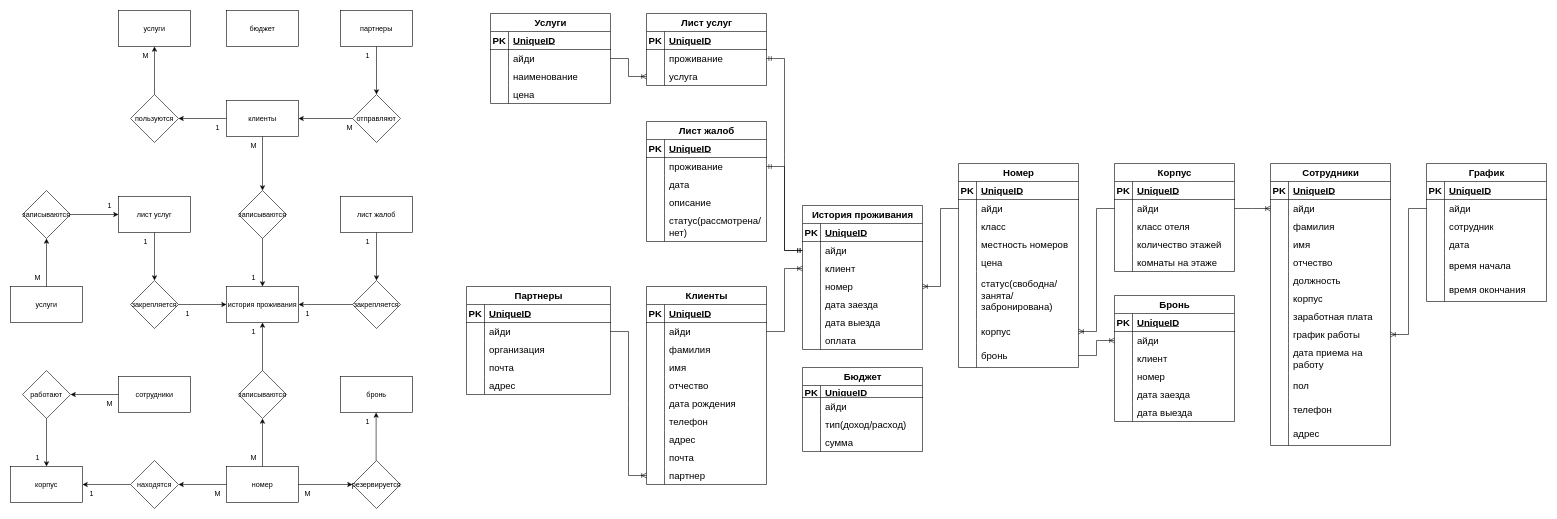
GusevDenisEvgenievich/Repository keeps this draw.io diagram as КП/КП Модели.drawio. Above is the earlier version. Source tidied: cells renumbered, new cells numbered last; positions are measured from the earlier drawing's top-left corner, leaving out a move shared by most shapes. Both pictures are drawn from the tidied source at 60%, with x=0, y=0 at pixel (10, 10).
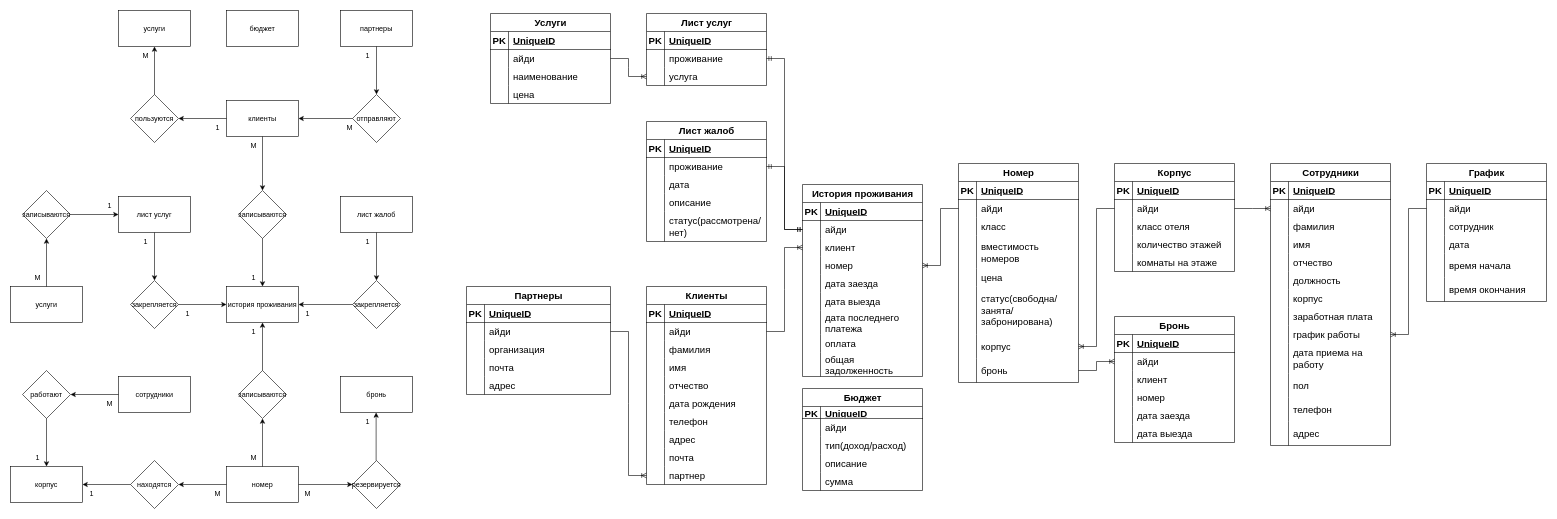
Above is the later version.

The edit, as a diff of the source:
```diff
@@
     <mxCell id="105" value="История проживания" style="shape=table;startSize=30;childLayout=tableLayout;rowLines=0;fontStyle=1;align=center;html=1;fontSize=16;" parent="1" vertex="1">
-      <mxGeometry x="1320" y="325" width="200" height="240" as="geometry" />
+      <mxGeometry x="1320" y="290" width="200" height="320" as="geometry" />
     </mxCell>
@@
     <mxCell id="124" style="shape=tableRow;horizontal=0;startSize=0;swimlaneHead=0;swimlaneBody=0;fillColor=none;top=0;left=0;right=0;bottom=0;fontSize=16;" parent="105" vertex="1">
-      <mxGeometry y="210" width="200" height="30" as="geometry" />
+      <mxGeometry y="210" width="200" height="40" as="geometry" />
     </mxCell>
     <mxCell id="125" style="shape=partialRectangle;fillColor=none;top=0;left=0;bottom=0;right=0;overflow=hidden;whiteSpace=wrap;html=1;fontSize=16;" parent="124" vertex="1">
-      <mxGeometry width="30" height="30" as="geometry" />
+      <mxGeometry width="30" height="40" as="geometry" />
     </mxCell>
-    <mxCell id="126" value="оплата" style="shape=partialRectangle;fillColor=none;top=0;left=0;bottom=0;right=0;align=left;spacingLeft=6;overflow=hidden;whiteSpace=wrap;html=1;fontSize=16;" parent="124" vertex="1">
-      <mxGeometry x="30" width="170" height="30" as="geometry" />
+    <mxCell id="126" value="дата последнего платежа" style="shape=partialRectangle;fillColor=none;top=0;left=0;bottom=0;right=0;align=left;spacingLeft=6;overflow=hidden;whiteSpace=wrap;html=1;fontSize=16;" parent="124" vertex="1">
+      <mxGeometry x="30" width="170" height="40" as="geometry" />
     </mxCell>
+    <mxCell id="314" style="shape=tableRow;horizontal=0;startSize=0;swimlaneHead=0;swimlaneBody=0;fillColor=none;top=0;left=0;right=0;bottom=0;fontSize=16;" parent="105" vertex="1">
+      <mxGeometry y="250" width="200" height="30" as="geometry" />
+    </mxCell>
+    <mxCell id="315" style="shape=partialRectangle;fillColor=none;top=0;left=0;bottom=0;right=0;overflow=hidden;whiteSpace=wrap;html=1;fontSize=16;" parent="314" vertex="1">
+      <mxGeometry width="30" height="30" as="geometry" />
+    </mxCell>
+    <mxCell id="316" value="оплата" style="shape=partialRectangle;fillColor=none;top=0;left=0;bottom=0;right=0;align=left;spacingLeft=6;overflow=hidden;whiteSpace=wrap;html=1;fontSize=16;" parent="314" vertex="1">
+      <mxGeometry x="30" width="170" height="30" as="geometry" />
+    </mxCell>
+    <mxCell id="317" style="shape=tableRow;horizontal=0;startSize=0;swimlaneHead=0;swimlaneBody=0;fillColor=none;top=0;left=0;right=0;bottom=0;fontSize=16;" parent="105" vertex="1">
+      <mxGeometry y="280" width="200" height="40" as="geometry" />
+    </mxCell>
+    <mxCell id="318" style="shape=partialRectangle;fillColor=none;top=0;left=0;bottom=0;right=0;overflow=hidden;whiteSpace=wrap;html=1;fontSize=16;" parent="317" vertex="1">
+      <mxGeometry width="30" height="40" as="geometry" />
+    </mxCell>
+    <mxCell id="319" value="общая задолженность" style="shape=partialRectangle;fillColor=none;top=0;left=0;bottom=0;right=0;align=left;spacingLeft=6;overflow=hidden;whiteSpace=wrap;html=1;fontSize=16;" parent="317" vertex="1">
+      <mxGeometry x="30" width="170" height="40" as="geometry" />
+    </mxCell>
     <mxCell id="127" value="Номер" style="shape=table;startSize=30;childLayout=tableLayout;rowLines=0;fontStyle=1;align=center;html=1;fontSize=16;" parent="1" vertex="1">
-      <mxGeometry x="1580" y="255" width="200" height="340" as="geometry" />
+      <mxGeometry x="1580" y="255" width="200" height="365" as="geometry" />
     </mxCell>
@@
     <mxCell id="137" style="shape=tableRow;horizontal=0;startSize=0;swimlaneHead=0;swimlaneBody=0;fillColor=none;top=0;left=0;right=0;bottom=0;fontSize=16;" parent="127" vertex="1">
-      <mxGeometry y="120" width="200" height="30" as="geometry" />
+      <mxGeometry y="120" width="200" height="55" as="geometry" />
     </mxCell>
     <mxCell id="138" style="shape=partialRectangle;fillColor=none;top=0;left=0;bottom=0;right=0;overflow=hidden;whiteSpace=wrap;html=1;fontSize=16;" parent="137" vertex="1">
-      <mxGeometry width="30" height="30" as="geometry" />
+      <mxGeometry width="30" height="55" as="geometry" />
     </mxCell>
-    <mxCell id="139" value="местность номеров" style="shape=partialRectangle;fillColor=none;top=0;left=0;bottom=0;right=0;align=left;spacingLeft=6;overflow=hidden;whiteSpace=wrap;html=1;fontSize=16;" parent="137" vertex="1">
-      <mxGeometry x="30" width="170" height="30" as="geometry" />
+    <mxCell id="139" value="вместимость номеров" style="shape=partialRectangle;fillColor=none;top=0;left=0;bottom=0;right=0;align=left;spacingLeft=6;overflow=hidden;whiteSpace=wrap;html=1;fontSize=16;" parent="137" vertex="1">
+      <mxGeometry x="30" width="170" height="55" as="geometry" />
     </mxCell>
     <mxCell id="140" style="shape=tableRow;horizontal=0;startSize=0;swimlaneHead=0;swimlaneBody=0;fillColor=none;top=0;left=0;right=0;bottom=0;fontSize=16;" parent="127" vertex="1">
-      <mxGeometry y="150" width="200" height="30" as="geometry" />
+      <mxGeometry y="175" width="200" height="30" as="geometry" />
     </mxCell>
@@
     <mxCell id="143" style="shape=tableRow;horizontal=0;startSize=0;swimlaneHead=0;swimlaneBody=0;fillColor=none;top=0;left=0;right=0;bottom=0;fontSize=16;" parent="127" vertex="1">
-      <mxGeometry y="180" width="200" height="80" as="geometry" />
+      <mxGeometry y="205" width="200" height="80" as="geometry" />
     </mxCell>
@@
     <mxCell id="146" style="shape=tableRow;horizontal=0;startSize=0;swimlaneHead=0;swimlaneBody=0;fillColor=none;points=[[0,0.5],[1,0.5]];portConstraint=eastwest;top=0;left=0;right=0;bottom=0;fontSize=16;" parent="127" vertex="1">
-      <mxGeometry y="260" width="200" height="40" as="geometry" />
+      <mxGeometry y="285" width="200" height="40" as="geometry" />
     </mxCell>
@@
     <mxCell id="149" style="shape=tableRow;horizontal=0;startSize=0;swimlaneHead=0;swimlaneBody=0;fillColor=none;points=[[0,0.5],[1,0.5]];portConstraint=eastwest;top=0;left=0;right=0;bottom=0;fontSize=16;" parent="127" vertex="1">
-      <mxGeometry y="300" width="200" height="40" as="geometry" />
+      <mxGeometry y="325" width="200" height="40" as="geometry" />
     </mxCell>
@@
     <mxCell id="152" value="Бронь" style="shape=table;startSize=30;childLayout=tableLayout;rowLines=0;fontStyle=1;align=center;html=1;fontSize=16;" parent="1" vertex="1">
-      <mxGeometry x="1840" y="475" width="200" height="210" as="geometry" />
+      <mxGeometry x="1840" y="510" width="200" height="210" as="geometry" />
     </mxCell>
@@
     <mxCell id="282" value="Бюджет" style="shape=table;startSize=30;childLayout=tableLayout;rowLines=0;fontStyle=1;align=center;html=1;fontSize=16;" parent="1" vertex="1">
-      <mxGeometry x="1320" y="595" width="200" height="140" as="geometry" />
+      <mxGeometry x="1320" y="630" width="200" height="170" as="geometry" />
     </mxCell>
@@
+    <mxCell id="320" style="shape=tableRow;horizontal=0;startSize=0;swimlaneHead=0;swimlaneBody=0;fillColor=none;top=0;left=0;right=0;bottom=0;fontSize=16;" parent="282" vertex="1">
+      <mxGeometry y="110" width="200" height="30" as="geometry" />
+    </mxCell>
+    <mxCell id="321" style="shape=partialRectangle;fillColor=none;top=0;left=0;bottom=0;right=0;overflow=hidden;whiteSpace=wrap;html=1;fontSize=16;" parent="320" vertex="1">
+      <mxGeometry width="30" height="30" as="geometry" />
+    </mxCell>
+    <mxCell id="322" value="описание" style="shape=partialRectangle;fillColor=none;top=0;left=0;bottom=0;right=0;align=left;spacingLeft=6;overflow=hidden;whiteSpace=wrap;html=1;fontSize=16;" parent="320" vertex="1">
+      <mxGeometry x="30" width="170" height="30" as="geometry" />
+    </mxCell>
     <mxCell id="292" style="shape=tableRow;horizontal=0;startSize=0;swimlaneHead=0;swimlaneBody=0;fillColor=none;top=0;left=0;right=0;bottom=0;fontSize=16;" parent="282" vertex="1">
-      <mxGeometry y="110" width="200" height="30" as="geometry" />
+      <mxGeometry y="140" width="200" height="30" as="geometry" />
     </mxCell>
```
